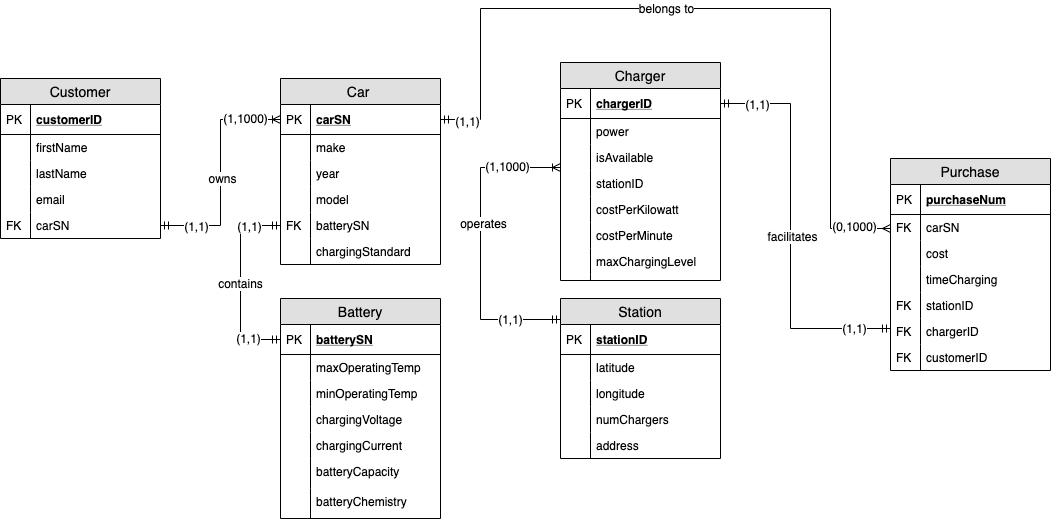
Before: CarChargingGroup2Project.png, a diagram exported from draw.io (ram778/IST210-Sp20). Source tidied: cells renumbered, new cells last; positions are measured from the earlier drawing's top-left corner, leaving out a move shared by most shapes.
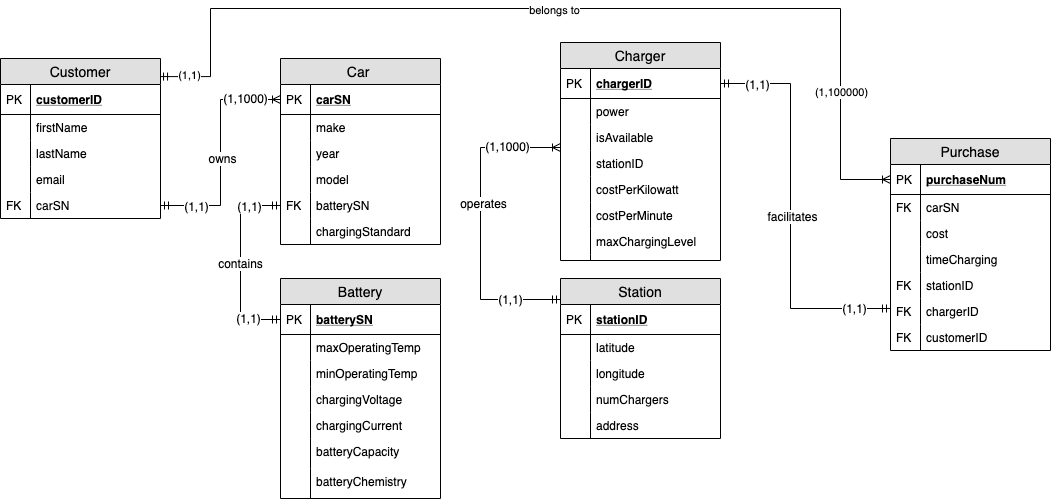
After the change.

What changed in the source:
```diff
@@ -74,6 +74,25 @@
     <mxCell id="25" style="shape=partialRectangle;top=0;left=0;bottom=0;fillColor=none;align=left;verticalAlign=top;spacingLeft=4;spacingRight=4;overflow=hidden;fontSize=12;" parent="24" vertex="1">
       <mxGeometry width="30" height="26" as="geometry" />
     </mxCell>
+    <mxCell id="106" style="edgeStyle=orthogonalEdgeStyle;rounded=0;jettySize=auto;html=1;exitX=0.994;exitY=0.113;exitDx=0;exitDy=0;entryX=0;entryY=0.5;entryDx=0;entryDy=0;exitPerimeter=0;endArrow=ERoneToMany;endFill=0;startArrow=ERmandOne;startFill=0;" parent="1" edge="1" source="26" target="55">
+      <mxGeometry relative="1" as="geometry">
+        <Array as="points">
+          <mxPoint x="210" y="88" />
+          <mxPoint x="210" y="20" />
+          <mxPoint x="840" y="20" />
+          <mxPoint x="840" y="191" />
+        </Array>
+      </mxGeometry>
+    </mxCell>
+    <mxCell id="101" value="belongs to" style="edgeLabel;html=1;align=center;verticalAlign=middle;" parent="106" vertex="1">
+      <mxGeometry x="-0.05" y="-1" relative="1" as="geometry" />
+    </mxCell>
+    <mxCell id="100" value="(1,1)" style="edgeLabel;html=1;align=center;verticalAlign=middle;" parent="106" vertex="1">
+      <mxGeometry x="-0.94" y="2" relative="1" as="geometry" />
+    </mxCell>
+    <mxCell id="107" value="(1,100000)" style="edgeLabel;html=1;align=center;verticalAlign=middle;" parent="106" vertex="1">
+      <mxGeometry x="0.72" relative="1" as="geometry" />
+    </mxCell>
     <mxCell id="26" value="Customer" style="swimlane;fontStyle=0;horizontal=1;startSize=26;fillColor=#e0e0e0;swimlaneFillColor=#ffffff;align=center;fontSize=14;" parent="1" vertex="1">
       <mxGeometry y="70" width="160" height="160" as="geometry" />
     </mxCell>
@@ -305,29 +324,6 @@
     <mxCell id="97" value="contains" style="text;html=1;align=center;verticalAlign=middle;labelBackgroundColor=#ffffff;" parent="94" vertex="1">
       <mxGeometry y="-1" relative="1" as="geometry" />
     </mxCell>
-    <mxCell id="98" style="edgeStyle=orthogonalEdgeStyle;rounded=0;jettySize=auto;html=1;exitX=1;exitY=0.5;exitDx=0;exitDy=0;startArrow=ERmandOne;startFill=0;endArrow=ERmany;endFill=0;" parent="1" edge="1" source="3">
-      <mxGeometry relative="1" as="geometry">
-        <mxPoint x="890" y="220" as="targetPoint" />
-        <Array as="points">
-          <mxPoint x="480" y="111" />
-          <mxPoint x="480" />
-          <mxPoint x="830" />
-          <mxPoint x="830" y="220" />
-          <mxPoint x="890" y="220" />
-        </Array>
-      </mxGeometry>
-    </mxCell>
-    <mxCell id="99" value="(0,1000)" style="text;html=1;align=center;verticalAlign=middle;labelBackgroundColor=#ffffff;" parent="98" vertex="1">
-      <mxGeometry x="0.91" y="3" relative="1" as="geometry" />
-    </mxCell>
-    <mxCell id="100" value="(1,1)" style="text;html=1;align=center;verticalAlign=middle;labelBackgroundColor=#ffffff;" parent="98" vertex="1">
-      <mxGeometry x="-0.94" y="-1" relative="1" as="geometry">
-        <mxPoint x="1" as="offset" />
-      </mxGeometry>
-    </mxCell>
-    <mxCell id="101" value="belongs to" style="text;html=1;align=center;verticalAlign=middle;labelBackgroundColor=#ffffff;" parent="98" vertex="1">
-      <mxGeometry x="-0.14" y="1" relative="1" as="geometry" />
-    </mxCell>
     <mxCell id="102" style="edgeStyle=orthogonalEdgeStyle;rounded=0;orthogonalLoop=1;jettySize=auto;html=1;startArrow=ERoneToMany;startFill=0;endArrow=ERmandOne;endFill=0;" parent="1" edge="1">
       <mxGeometry relative="1" as="geometry">
         <mxPoint x="560" y="159" as="sourcePoint" />
```
